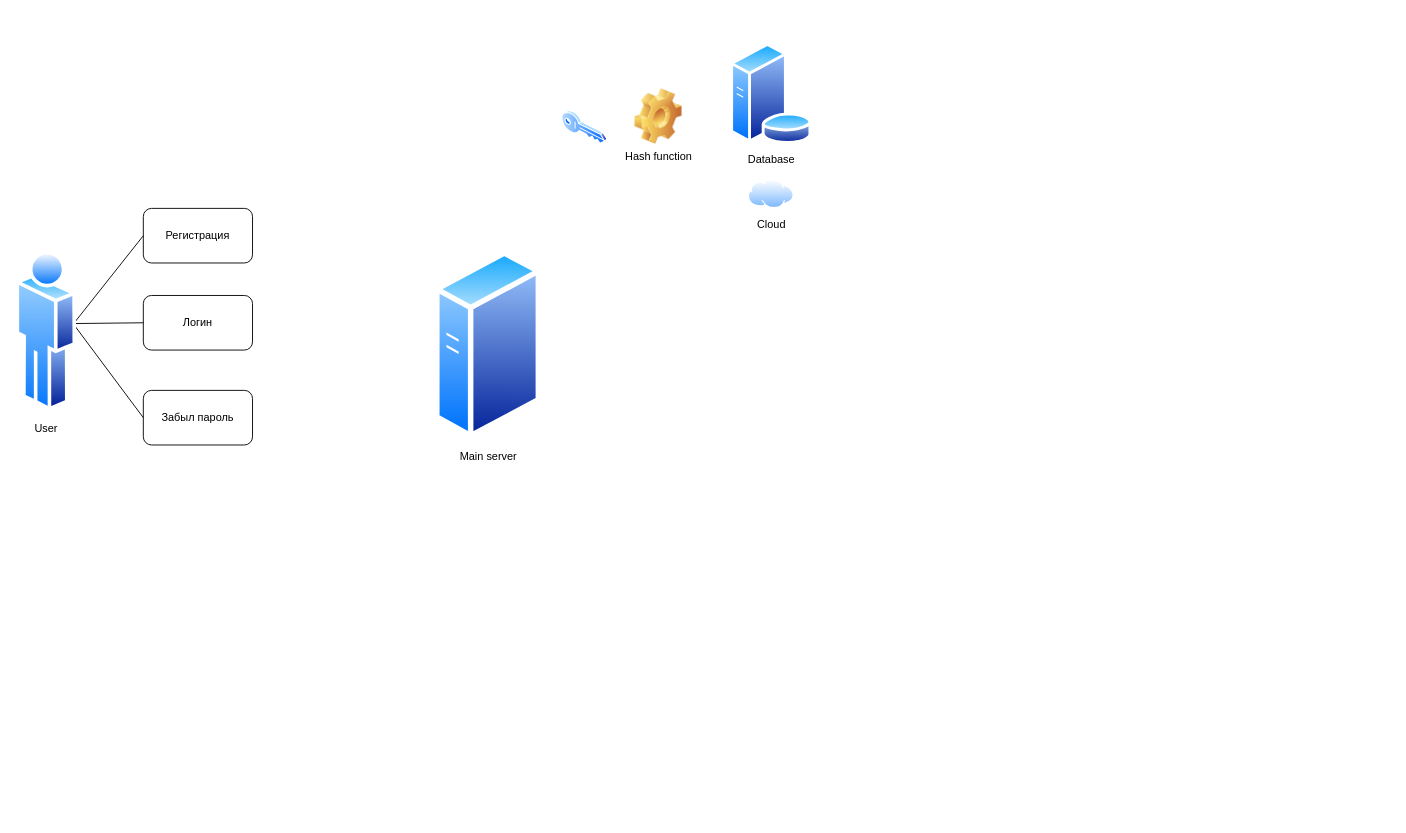
The draw.io diagram Auth.drawio in lemmiwinks1551/MyScheduleServer, before the edit. Source tidied: cells renumbered, new cells numbered last; positions are measured from the earlier drawing's top-left corner, leaving out a move shared by most shapes. Both pictures are drawn from the tidied source at 91%, with x=0, y=0 at pixel (15, 43).
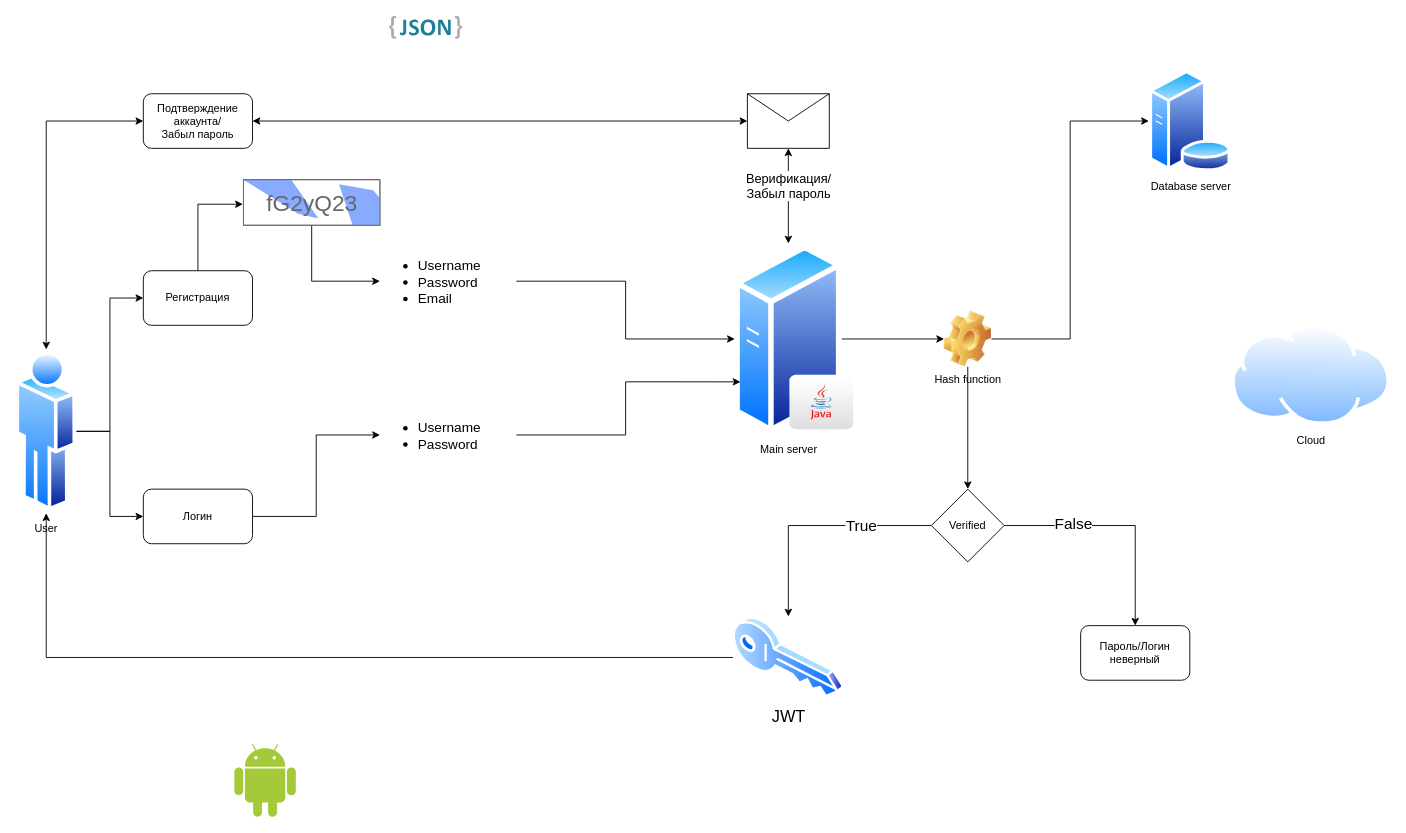
The same page after the edit.

The edit, as a diff of the source:
```diff
@@
     <mxCell id="2" value="Регистрация" style="rounded=1;whiteSpace=wrap;html=1;" parent="1" vertex="1">
-      <mxGeometry x="140" y="181.5" width="120" height="60" as="geometry" />
+      <mxGeometry x="140" y="250" width="120" height="60" as="geometry" />
     </mxCell>
-    <mxCell id="3" style="endArrow=none;html=1;rounded=0;exitX=0;exitY=0.5;exitDx=0;exitDy=0;entryX=0.972;entryY=0.444;entryDx=0;entryDy=0;entryPerimeter=0;" parent="1" edge="1" source="2" target="13">
-      <mxGeometry relative="1" as="geometry" />
-    </mxCell>
+    <mxCell id="14" style="edgeStyle=orthogonalEdgeStyle;rounded=0;jettySize=auto;html=1;entryX=0;entryY=0.5;entryDx=0;entryDy=0;" parent="1" edge="1" source="4" target="33">
+      <mxGeometry relative="1" as="geometry" />
+    </mxCell>
     <mxCell id="4" value="Логин" style="rounded=1;whiteSpace=wrap;html=1;" parent="1" vertex="1">
-      <mxGeometry x="140" y="277.2" width="120" height="60" as="geometry" />
+      <mxGeometry x="140" y="490" width="120" height="60" as="geometry" />
     </mxCell>
-    <mxCell id="5" style="endArrow=none;html=1;rounded=0;exitX=0;exitY=0.5;exitDx=0;exitDy=0;entryX=0.985;entryY=0.453;entryDx=0;entryDy=0;entryPerimeter=0;" parent="1" edge="1" source="4" target="13">
-      <mxGeometry relative="1" as="geometry" />
-    </mxCell>
+    <mxCell id="15" style="edgeStyle=orthogonalEdgeStyle;rounded=0;jettySize=auto;html=1;entryX=0;entryY=0.5;entryDx=0;entryDy=0;" parent="1" edge="1" source="6" target="7">
+      <mxGeometry relative="1" as="geometry" />
+    </mxCell>
+    <mxCell id="16" style="edgeStyle=orthogonalEdgeStyle;rounded=0;jettySize=auto;html=1;entryX=0.5;entryY=0;entryDx=0;entryDy=0;" parent="1" edge="1" source="6" target="40">
+      <mxGeometry relative="1" as="geometry" />
+    </mxCell>
     <mxCell id="6" value="Hash function" style="shape=image;html=1;verticalLabelPosition=bottom;verticalAlign=top;imageAspect=1;image=img/clipart/Gear_128x128.png;" parent="1" vertex="1">
-      <mxGeometry x="680" y="50" width="52" height="61" as="geometry" />
+      <mxGeometry x="1020" y="294.5" width="52" height="61" as="geometry" />
     </mxCell>
-    <mxCell id="7" value="Database" style="image;perimeter=ellipsePerimeter;html=1;align=center;shadow=0;dashed=0;spacingTop=3;image=img/lib/active_directory/database_server.svg;" parent="1" vertex="1">
-      <mxGeometry x="784.5" width="91" height="111" as="geometry" />
+    <mxCell id="7" value="Database server" style="image;perimeter=ellipsePerimeter;html=1;align=center;shadow=0;dashed=0;spacingTop=3;image=img/lib/active_directory/database_server.svg;" parent="1" vertex="1">
+      <mxGeometry x="1245" y="30" width="91" height="111" as="geometry" />
     </mxCell>
     <mxCell id="8" value="Cloud" style="image;perimeter=ellipsePerimeter;html=1;align=center;shadow=0;dashed=0;spacingTop=3;image=img/lib/active_directory/internet_cloud.svg;" parent="1" vertex="1">
-      <mxGeometry x="805" y="150" width="50" height="31.5" as="geometry" />
+      <mxGeometry x="1336" y="310" width="174.6" height="110" as="geometry" />
     </mxCell>
+    <mxCell id="17" style="edgeStyle=orthogonalEdgeStyle;rounded=0;jettySize=auto;html=1;entryX=0;entryY=0.5;entryDx=0;entryDy=0;" parent="1" edge="1" source="13" target="2">
+      <mxGeometry relative="1" as="geometry" />
+    </mxCell>
+    <mxCell id="18" style="edgeStyle=orthogonalEdgeStyle;rounded=0;jettySize=auto;html=1;entryX=0;entryY=0.5;entryDx=0;entryDy=0;" parent="1" edge="1" source="13" target="4">
+      <mxGeometry relative="1" as="geometry" />
+    </mxCell>
+    <mxCell id="13" value="User" style="image;perimeter=ellipsePerimeter;html=1;align=center;shadow=0;dashed=0;spacingTop=3;image=img/lib/active_directory/user.svg;" parent="1" vertex="1">
+      <mxGeometry y="336.5" width="66.6" height="180" as="geometry" />
+    </mxCell>
+    <mxCell id="19" style="group;" parent="1" vertex="1">
+      <mxGeometry x="790" y="220" width="130" height="210" as="geometry" />
+    </mxCell>
-    <mxCell id="9" value="Main server" style="image;perimeter=ellipsePerimeter;html=1;align=center;shadow=0;dashed=0;spacingTop=3;image=img/lib/active_directory/generic_server.svg;" parent="1" vertex="1">
-      <mxGeometry x="460" y="226.5" width="117.6" height="210" as="geometry" />
+    <mxCell id="9" value="Main server" style="image;perimeter=ellipsePerimeter;html=1;align=center;shadow=0;dashed=0;spacingTop=3;image=img/lib/active_directory/generic_server.svg;" parent="19" vertex="1">
+      <mxGeometry width="117.6" height="210" as="geometry" />
     </mxCell>
-    <mxCell id="10" value="Забыл пароль" style="rounded=1;whiteSpace=wrap;html=1;" parent="1" vertex="1">
-      <mxGeometry x="140" y="381.5" width="120" height="60" as="geometry" />
-    </mxCell>
-    <mxCell id="11" style="endArrow=none;html=1;rounded=0;exitX=0;exitY=0.5;exitDx=0;exitDy=0;entryX=0.979;entryY=0.471;entryDx=0;entryDy=0;entryPerimeter=0;" parent="1" edge="1" source="10" target="13">
-      <mxGeometry relative="1" as="geometry" />
-    </mxCell>
-    <mxCell id="12" style="image;perimeter=ellipsePerimeter;html=1;align=center;shadow=0;dashed=0;spacingTop=3;image=img/lib/active_directory/key.svg;" parent="1" vertex="1">
-      <mxGeometry x="600" y="74" width="50" height="37" as="geometry" />
-    </mxCell>
-    <mxCell id="13" value="User" style="image;perimeter=ellipsePerimeter;html=1;align=center;shadow=0;dashed=0;spacingTop=3;image=img/lib/active_directory/user.svg;" parent="1" vertex="1">
-      <mxGeometry y="226.5" width="66.6" height="180" as="geometry" />
-    </mxCell>
+    <mxCell id="20" style="dashed=0;html=1;align=center;labelPosition=center;verticalLabelPosition=bottom;verticalAlign=top;shape=mxgraph.webicons.java;gradientColor=#DFDEDE;" parent="19" vertex="1">
+      <mxGeometry x="60" y="144.2" width="70" height="60" as="geometry" />
+    </mxCell>
+    <mxCell id="21" style="dashed=0;html=1;align=center;labelPosition=center;verticalLabelPosition=bottom;verticalAlign=top;shape=mxgraph.weblogos.android;fillColor=#A4CA39;strokeColor=none;" parent="1" vertex="1">
+      <mxGeometry x="240" y="770" width="67.6" height="80" as="geometry" />
+    </mxCell>
+    <mxCell id="22" style="dashed=0;html=1;align=center;labelPosition=center;verticalLabelPosition=bottom;verticalAlign=top;shape=mxgraph.weblogos.json_2;" parent="1" vertex="1">
+      <mxGeometry x="410" y="-30" width="80.4" height="25.2" as="geometry" />
+    </mxCell>
+    <mxCell id="23" style="edgeStyle=orthogonalEdgeStyle;rounded=0;jettySize=auto;html=1;entryX=0;entryY=0.5;entryDx=0;entryDy=0;" parent="1" edge="1" source="24" target="9">
+      <mxGeometry relative="1" as="geometry" />
+    </mxCell>
+    <mxCell id="24" value="&lt;ul style=&quot;font-size: 15px;&quot;&gt;&lt;li&gt;Username&lt;/li&gt;&lt;li&gt;Password&lt;/li&gt;&lt;li&gt;Email&lt;/li&gt;&lt;/ul&gt;" style="text;strokeColor=none;fillColor=none;html=1;whiteSpace=wrap;verticalAlign=middle;overflow=hidden;arcSize=12;imageHeight=24;" parent="1" vertex="1">
+      <mxGeometry x="400" y="186.5" width="150" height="150" as="geometry" />
+    </mxCell>
+    <mxCell id="25" style="edgeStyle=orthogonalEdgeStyle;rounded=0;jettySize=auto;html=1;entryX=0;entryY=0.5;entryDx=0;entryDy=0;" parent="1" edge="1" source="9" target="6">
+      <mxGeometry relative="1" as="geometry" />
+    </mxCell>
+    <mxCell id="26" style="edgeStyle=orthogonalEdgeStyle;rounded=0;jettySize=auto;html=1;entryX=1;entryY=0.5;entryDx=0;entryDy=0;startArrow=classic;startFill=1;" parent="1" edge="1" source="27" target="31">
+      <mxGeometry relative="1" as="geometry" />
+    </mxCell>
+    <mxCell id="27" style="shape=message;html=1;html=1;outlineConnect=0;labelPosition=center;verticalLabelPosition=bottom;align=center;verticalAlign=top;" parent="1" vertex="1">
+      <mxGeometry x="803.8" y="55.5" width="90" height="60" as="geometry" />
+    </mxCell>
+    <mxCell id="28" style="edgeStyle=orthogonalEdgeStyle;rounded=0;jettySize=auto;html=1;entryX=0.5;entryY=1;entryDx=0;entryDy=0;startArrow=classic;startFill=1;" parent="1" edge="1" source="9" target="27">
+      <mxGeometry relative="1" as="geometry" />
+    </mxCell>
+    <mxCell id="29" value="&lt;font style=&quot;font-size: 14px;&quot;&gt;Верификация/&lt;/font&gt;&lt;div style=&quot;font-size: 14px;&quot;&gt;&lt;font style=&quot;font-size: 14px;&quot;&gt;Забыл пароль&lt;/font&gt;&lt;/div&gt;" style="edgeLabel;html=1;align=center;verticalAlign=middle;" parent="28" vertex="1">
+      <mxGeometry x="0.23" relative="1" as="geometry" />
+    </mxCell>
+    <mxCell id="30" style="edgeStyle=orthogonalEdgeStyle;rounded=0;jettySize=auto;html=1;entryX=0.5;entryY=0;entryDx=0;entryDy=0;startArrow=classic;startFill=1;" parent="1" edge="1" source="31" target="13">
+      <mxGeometry relative="1" as="geometry" />
+    </mxCell>
+    <mxCell id="31" value="Подтверждение аккаун&lt;span style=&quot;background-color: initial;&quot;&gt;та/&lt;/span&gt;&lt;div&gt;Забыл пароль&lt;span style=&quot;background-color: initial;&quot;&gt;&lt;br&gt;&lt;/span&gt;&lt;/div&gt;" style="rounded=1;whiteSpace=wrap;html=1;" parent="1" vertex="1">
+      <mxGeometry x="140" y="55.5" width="120" height="60" as="geometry" />
+    </mxCell>
+    <mxCell id="32" style="edgeStyle=orthogonalEdgeStyle;rounded=0;jettySize=auto;html=1;entryX=0;entryY=0.75;entryDx=0;entryDy=0;" parent="1" edge="1" source="33" target="9">
+      <mxGeometry relative="1" as="geometry" />
+    </mxCell>
+    <mxCell id="33" value="&lt;ul style=&quot;font-size: 15px;&quot;&gt;&lt;li&gt;Username&lt;/li&gt;&lt;li&gt;Password&lt;/li&gt;&lt;/ul&gt;" style="text;strokeColor=none;fillColor=none;html=1;whiteSpace=wrap;verticalAlign=middle;overflow=hidden;arcSize=12;imageHeight=24;" parent="1" vertex="1">
+      <mxGeometry x="400" y="355.5" width="150" height="150" as="geometry" />
+    </mxCell>
+    <mxCell id="34" style="edgeStyle=orthogonalEdgeStyle;rounded=0;jettySize=auto;html=1;entryX=0.5;entryY=1;entryDx=0;entryDy=0;" parent="1" edge="1" source="35" target="13">
+      <mxGeometry relative="1" as="geometry" />
+    </mxCell>
+    <mxCell id="35" value="&lt;font style=&quot;font-size: 18px;&quot;&gt;JWT&lt;/font&gt;" style="image;perimeter=ellipsePerimeter;html=1;align=center;shadow=0;dashed=0;spacingTop=3;image=img/lib/active_directory/key.svg;" parent="1" vertex="1">
+      <mxGeometry x="788" y="630" width="121.6" height="90" as="geometry" />
+    </mxCell>
+    <mxCell id="36" style="edgeStyle=orthogonalEdgeStyle;rounded=0;jettySize=auto;html=1;entryX=0.5;entryY=0;entryDx=0;entryDy=0;" parent="1" edge="1" source="40" target="35">
+      <mxGeometry relative="1" as="geometry" />
+    </mxCell>
+    <mxCell id="37" value="&lt;font style=&quot;font-size: 17px;&quot;&gt;True&lt;/font&gt;" style="edgeLabel;html=1;align=center;verticalAlign=middle;" parent="36" vertex="1">
+      <mxGeometry x="-0.39" relative="1" as="geometry" />
+    </mxCell>
+    <mxCell id="38" style="edgeStyle=orthogonalEdgeStyle;rounded=0;jettySize=auto;html=1;entryX=0.5;entryY=0;entryDx=0;entryDy=0;" parent="1" edge="1" source="40" target="41">
+      <mxGeometry relative="1" as="geometry" />
+    </mxCell>
+    <mxCell id="39" value="&lt;font style=&quot;font-size: 17px;&quot;&gt;False&lt;/font&gt;" style="edgeLabel;html=1;align=center;verticalAlign=middle;" parent="38" vertex="1">
+      <mxGeometry x="-0.41" y="2" relative="1" as="geometry" />
+    </mxCell>
+    <mxCell id="40" value="Verified" style="rhombus;whiteSpace=wrap;html=1;" parent="1" vertex="1">
+      <mxGeometry x="1006" y="490" width="80" height="80" as="geometry" />
+    </mxCell>
+    <mxCell id="41" value="Пароль/Логин неверный" style="rounded=1;whiteSpace=wrap;html=1;" parent="1" vertex="1">
+      <mxGeometry x="1170" y="640" width="120" height="60" as="geometry" />
+    </mxCell>
+    <mxCell id="42" style="edgeStyle=orthogonalEdgeStyle;rounded=0;jettySize=auto;html=1;entryX=0;entryY=0.5;entryDx=0;entryDy=0;" parent="1" edge="1" source="43" target="24">
+      <mxGeometry relative="1" as="geometry" />
+    </mxCell>
+    <mxCell id="43" value="fG2yQ23" style="strokeWidth=1;shadow=0;dashed=0;align=center;html=1;shape=mxgraph.mockup.text.captcha;fontColor=#666666;fontSize=25;strokeColor=#666666;mainText=;" parent="1" vertex="1">
+      <mxGeometry x="250" y="150" width="150" height="50" as="geometry" />
+    </mxCell>
+    <mxCell id="44" style="edgeStyle=orthogonalEdgeStyle;rounded=0;jettySize=auto;html=1;entryX=-0.004;entryY=0.538;entryDx=0;entryDy=0;entryPerimeter=0;" parent="1" edge="1" source="2" target="43">
+      <mxGeometry relative="1" as="geometry" />
+    </mxCell>
```
